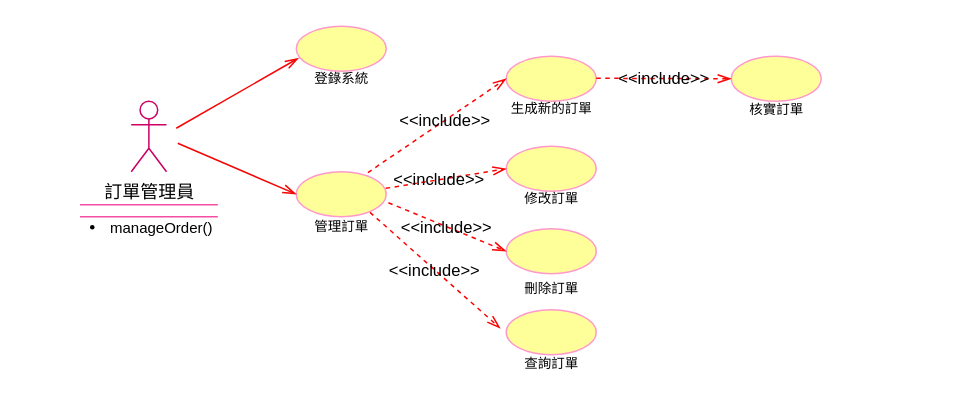
11024117/SE_Final-Paper keeps this draw.io diagram as 3-4.drawio. Above is the earlier version. Source tidied: cells renumbered, new cells numbered last; positions are measured from the earlier drawing's top-left corner, leaving out a move shared by most shapes. Both pictures are drawn from the tidied source at 150%, with x=0, y=0 at pixel (33, 26).
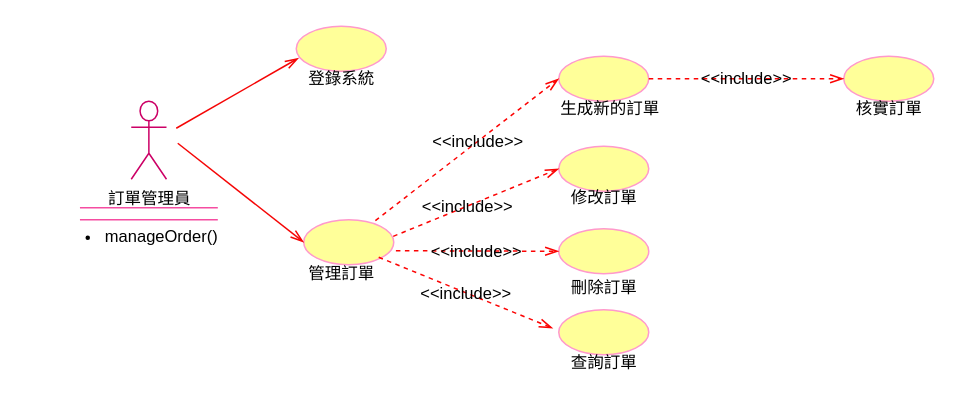
The same diagram, later.

Change to the diagram source:
```diff
@@
-    <mxCell id="2" value="訂單管理員" style="shape=umlActor;verticalLabelPosition=bottom;verticalAlign=top;html=1;strokeColor=#CC0066;" parent="1" vertex="1">
-      <mxGeometry x="65" y="50" width="23.5" height="47" as="geometry" />
+    <mxCell id="2" value="訂單管理員" style="shape=umlActor;verticalLabelPosition=bottom;verticalAlign=top;html=1;strokeColor=#CC0066;fontSize=11;" parent="1" vertex="1">
+      <mxGeometry x="65" y="50" width="23.5" height="52" as="geometry" />
     </mxCell>
-    <mxCell id="3" style="ellipse;whiteSpace=wrap;html=1;strokeColor=#FF99CC;fillColor=#FFFF99;" parent="1" vertex="1">
+    <mxCell id="3" style="ellipse;whiteSpace=wrap;html=1;strokeColor=#FF99CC;fillColor=#FFFF99;fontSize=11;" parent="1" vertex="1">
       <mxGeometry x="175" width="60" height="30" as="geometry" />
     </mxCell>
-    <mxCell id="4" style="ellipse;whiteSpace=wrap;html=1;strokeColor=#FF99CC;fillColor=#FFFF99;" parent="1" vertex="1">
-      <mxGeometry x="175" y="97" width="60" height="30" as="geometry" />
+    <mxCell id="4" style="ellipse;whiteSpace=wrap;html=1;strokeColor=#FF99CC;fillColor=#FFFF99;fontSize=11;" parent="1" vertex="1">
+      <mxGeometry x="180" y="129" width="60" height="30" as="geometry" />
     </mxCell>
-    <mxCell id="5" style="shape=partialRectangle;whiteSpace=wrap;html=1;left=0;right=0;fillColor=none;strokeColor=#f54da1;" parent="1" vertex="1">
-      <mxGeometry x="31.3" y="119" width="90.9" height="8" as="geometry" />
+    <mxCell id="5" style="shape=partialRectangle;whiteSpace=wrap;html=1;left=0;right=0;fillColor=none;strokeColor=#f54da1;fontSize=11;" parent="1" vertex="1">
+      <mxGeometry x="31.3" y="121" width="90.9" height="8" as="geometry" />
     </mxCell>
-    <mxCell id="6" value="登錄系統" style="text;html=1;align=center;verticalAlign=middle;strokeColor=none;fillColor=none;fontSize=9;" parent="1" vertex="1">
-      <mxGeometry x="175" y="25" width="60" height="20" as="geometry" />
+    <mxCell id="6" value="登錄系統" style="text;html=1;align=center;verticalAlign=middle;strokeColor=none;fillColor=none;fontSize=11;" parent="1" vertex="1">
+      <mxGeometry x="170" y="20" width="70" height="30" as="geometry" />
     </mxCell>
-    <mxCell id="7" value="管理訂單" style="text;html=1;align=center;verticalAlign=middle;points=[];strokeColor=none;fillColor=none;fontSize=9;" parent="1" vertex="1">
-      <mxGeometry x="175" y="124" width="60" height="20" as="geometry" />
+    <mxCell id="7" value="管理訂單" style="text;html=1;align=center;verticalAlign=middle;points=[];strokeColor=none;fillColor=none;fontSize=11;" parent="1" vertex="1">
+      <mxGeometry x="170" y="150" width="70" height="30" as="geometry" />
     </mxCell>
-    <mxCell id="8" style="endArrow=openThin;html=1;endSize=7;startSize=7;entryX=0.026;entryY=0.707;entryDx=0;entryDy=0;entryPerimeter=0;endFill=0;strokeColor=#f50505;jumpStyle=line;shadow=0;rounded=0;jumpSize=9;strokeWidth=1;" parent="1" edge="1" target="3">
+    <mxCell id="8" style="endArrow=openThin;html=1;endSize=7;startSize=7;entryX=0.026;entryY=0.707;entryDx=0;entryDy=0;entryPerimeter=0;endFill=0;strokeColor=#f50505;jumpStyle=line;shadow=0;rounded=0;jumpSize=9;strokeWidth=1;fontSize=11;" parent="1" edge="1" target="3">
       <mxGeometry relative="1" as="geometry">
         <mxPoint x="95" y="68" as="sourcePoint" />
       </mxGeometry>
     </mxCell>
-    <mxCell id="9" style="endArrow=openThin;html=1;endSize=7;startSize=7;entryX=0;entryY=0.5;entryDx=0;entryDy=0;endFill=0;strokeColor=#f50505;jumpStyle=line;shadow=0;rounded=0;jumpSize=9;strokeWidth=1;" parent="1" edge="1" target="4">
+    <mxCell id="9" style="endArrow=openThin;html=1;endSize=7;startSize=7;entryX=0;entryY=0.5;entryDx=0;entryDy=0;endFill=0;strokeColor=#f50505;jumpStyle=line;shadow=0;rounded=0;jumpSize=9;strokeWidth=1;fontSize=11;" parent="1" edge="1" target="4">
       <mxGeometry relative="1" as="geometry">
         <mxPoint x="96" y="78" as="sourcePoint" />
       </mxGeometry>
     </mxCell>
-    <mxCell id="10" style="ellipse;whiteSpace=wrap;html=1;strokeColor=#FF99CC;fillColor=#FFFF99;" parent="1" vertex="1">
-      <mxGeometry x="315" y="20" width="60" height="30" as="geometry" />
+    <mxCell id="10" style="ellipse;whiteSpace=wrap;html=1;strokeColor=#FF99CC;fillColor=#FFFF99;fontSize=11;" parent="1" vertex="1">
+      <mxGeometry x="350" y="20" width="60" height="30" as="geometry" />
     </mxCell>
-    <mxCell id="11" style="ellipse;whiteSpace=wrap;html=1;strokeColor=#FF99CC;fillColor=#FFFF99;" parent="1" vertex="1">
-      <mxGeometry x="315" y="80" width="60" height="30" as="geometry" />
+    <mxCell id="11" style="ellipse;whiteSpace=wrap;html=1;strokeColor=#FF99CC;fillColor=#FFFF99;fontSize=11;" parent="1" vertex="1">
+      <mxGeometry x="350" y="80" width="60" height="30" as="geometry" />
     </mxCell>
-    <mxCell id="12" style="ellipse;whiteSpace=wrap;html=1;strokeColor=#FF99CC;fillColor=#FFFF99;" parent="1" vertex="1">
-      <mxGeometry x="315" y="135" width="60" height="30" as="geometry" />
+    <mxCell id="12" style="ellipse;whiteSpace=wrap;html=1;strokeColor=#FF99CC;fillColor=#FFFF99;fontSize=11;" parent="1" vertex="1">
+      <mxGeometry x="350" y="135" width="60" height="30" as="geometry" />
     </mxCell>
-    <mxCell id="13" style="ellipse;whiteSpace=wrap;html=1;strokeColor=#FF99CC;fillColor=#FFFF99;" parent="1" vertex="1">
-      <mxGeometry x="315" y="189" width="60" height="30" as="geometry" />
+    <mxCell id="13" style="ellipse;whiteSpace=wrap;html=1;strokeColor=#FF99CC;fillColor=#FFFF99;fontSize=11;" parent="1" vertex="1">
+      <mxGeometry x="350" y="189" width="60" height="30" as="geometry" />
     </mxCell>
-    <mxCell id="14" value="生成新的訂單" style="text;html=1;align=center;verticalAlign=middle;strokeColor=none;fillColor=none;fontSize=9;" parent="1" vertex="1">
-      <mxGeometry x="305" y="45" width="80" height="20" as="geometry" />
+    <mxCell id="14" value="生成新的訂單" style="text;html=1;align=center;verticalAlign=middle;strokeColor=none;fillColor=none;fontSize=11;" parent="1" vertex="1">
+      <mxGeometry x="339" y="40" width="90" height="30" as="geometry" />
     </mxCell>
-    <mxCell id="15" value="&lt;font style=&quot;font-size: 9px;&quot;&gt;修改訂單&lt;/font&gt;" style="text;html=1;align=center;verticalAlign=middle;strokeColor=none;fillColor=none;" parent="1" vertex="1">
-      <mxGeometry x="315" y="99" width="60" height="30" as="geometry" />
+    <mxCell id="15" value="&lt;font style=&quot;font-size: 11px;&quot;&gt;修改訂單&lt;/font&gt;" style="text;html=1;align=center;verticalAlign=middle;strokeColor=none;fillColor=none;fontSize=11;" parent="1" vertex="1">
+      <mxGeometry x="345" y="99" width="70" height="30" as="geometry" />
     </mxCell>
-    <mxCell id="16" value="&lt;font style=&quot;font-size: 9px;&quot;&gt;刪除訂單&lt;/font&gt;" style="text;html=1;align=center;verticalAlign=middle;strokeColor=none;fillColor=none;" parent="1" vertex="1">
-      <mxGeometry x="315" y="159" width="60" height="30" as="geometry" />
+    <mxCell id="16" value="&lt;font style=&quot;font-size: 11px;&quot;&gt;刪除訂單&lt;/font&gt;" style="text;html=1;align=center;verticalAlign=middle;strokeColor=none;fillColor=none;fontSize=11;" parent="1" vertex="1">
+      <mxGeometry x="345" y="159" width="70" height="30" as="geometry" />
     </mxCell>
-    <mxCell id="17" value="&lt;font style=&quot;font-size: 9px;&quot;&gt;查詢訂單&lt;/font&gt;" style="text;html=1;align=center;verticalAlign=middle;strokeColor=none;fillColor=none;" parent="1" vertex="1">
-      <mxGeometry x="315" y="209" width="60" height="30" as="geometry" />
+    <mxCell id="17" value="&lt;font style=&quot;font-size: 11px;&quot;&gt;查詢訂單&lt;/font&gt;" style="text;html=1;align=center;verticalAlign=middle;strokeColor=none;fillColor=none;fontSize=11;" parent="1" vertex="1">
+      <mxGeometry x="345" y="209" width="70" height="30" as="geometry" />
     </mxCell>
-    <mxCell id="18" style="ellipse;whiteSpace=wrap;html=1;strokeColor=#FF99CC;fillColor=#FFFF99;" parent="1" vertex="1">
-      <mxGeometry x="465" y="20" width="60" height="30" as="geometry" />
+    <mxCell id="18" style="ellipse;whiteSpace=wrap;html=1;strokeColor=#FF99CC;fillColor=#FFFF99;fontSize=11;" parent="1" vertex="1">
+      <mxGeometry x="540" y="20" width="60" height="30" as="geometry" />
     </mxCell>
-    <mxCell id="19" value="&lt;font style=&quot;font-size: 9px;&quot;&gt;核實訂單&lt;/font&gt;" style="text;html=1;align=center;verticalAlign=middle;strokeColor=none;fillColor=none;" parent="1" vertex="1">
-      <mxGeometry x="465" y="40" width="60" height="30" as="geometry" />
+    <mxCell id="19" value="&lt;font style=&quot;font-size: 11px;&quot;&gt;核實訂單&lt;/font&gt;" style="text;html=1;align=center;verticalAlign=middle;strokeColor=none;fillColor=none;fontSize=11;" parent="1" vertex="1">
+      <mxGeometry x="535" y="40" width="70" height="30" as="geometry" />
     </mxCell>
-    <mxCell id="20" value="&amp;lt;&amp;lt;include&amp;gt;&amp;gt;" style="endArrow=openThin;endSize=7;dashed=1;html=1;rounded=0;entryX=0;entryY=0.5;entryDx=0;entryDy=0;labelBackgroundColor=none;strokeColor=#fc0303;endFill=0;" parent="1" edge="1" target="18">
-      <mxGeometry relative="1" as="geometry">
-        <mxPoint x="375" y="34.7" as="sourcePoint" />
-      </mxGeometry>
+    <mxCell id="20" value="&amp;lt;&amp;lt;include&amp;gt;&amp;gt;" style="endArrow=openThin;endSize=7;dashed=1;html=1;rounded=0;entryX=0;entryY=0.5;entryDx=0;entryDy=0;labelBackgroundColor=none;strokeColor=#fc0303;endFill=0;fontSize=11;exitX=1;exitY=0.5;exitDx=0;exitDy=0;" parent="1" edge="1" source="10" target="18">
+      <mxGeometry relative="1" as="geometry" />
     </mxCell>
-    <mxCell id="21" value="&amp;lt;&amp;lt;include&amp;gt;&amp;gt;" style="endArrow=openThin;endSize=7;dashed=1;html=1;rounded=0;entryX=0;entryY=0.5;entryDx=0;entryDy=0;labelBackgroundColor=none;strokeColor=#fc0303;endFill=0;exitX=0.796;exitY=0.018;exitDx=0;exitDy=0;exitPerimeter=0;" parent="1" edge="1" source="4" target="10">
+    <mxCell id="21" value="&amp;lt;&amp;lt;include&amp;gt;&amp;gt;" style="endArrow=openThin;endSize=7;dashed=1;html=1;rounded=0;entryX=0;entryY=0.5;entryDx=0;entryDy=0;labelBackgroundColor=none;strokeColor=#fc0303;endFill=0;exitX=0.796;exitY=0.018;exitDx=0;exitDy=0;exitPerimeter=0;fontSize=11;" parent="1" edge="1" source="4" target="10">
       <mxGeometry x="0.11" relative="1" as="geometry" />
     </mxCell>
-    <mxCell id="22" value="&amp;lt;&amp;lt;include&amp;gt;&amp;gt;" style="endArrow=openThin;endSize=7;dashed=1;html=1;rounded=0;entryX=0;entryY=0.5;entryDx=0;entryDy=0;labelBackgroundColor=none;strokeColor=#fc0303;endFill=0;exitX=0.994;exitY=0.369;exitDx=0;exitDy=0;exitPerimeter=0;" parent="1" edge="1" source="4" target="11">
+    <mxCell id="22" value="&amp;lt;&amp;lt;include&amp;gt;&amp;gt;" style="endArrow=openThin;endSize=7;dashed=1;html=1;rounded=0;entryX=0;entryY=0.5;entryDx=0;entryDy=0;labelBackgroundColor=none;strokeColor=#fc0303;endFill=0;exitX=0.994;exitY=0.369;exitDx=0;exitDy=0;exitPerimeter=0;fontSize=11;" parent="1" edge="1" source="4" target="11">
       <mxGeometry x="-0.11" relative="1" as="geometry" />
     </mxCell>
-    <mxCell id="23" value="&amp;lt;&amp;lt;include&amp;gt;&amp;gt;" style="endArrow=openThin;endSize=7;dashed=1;html=1;rounded=0;entryX=0;entryY=0.5;entryDx=0;entryDy=0;labelBackgroundColor=none;strokeColor=#fc0303;endFill=0;exitX=1.024;exitY=0.689;exitDx=0;exitDy=0;exitPerimeter=0;" parent="1" edge="1" source="4" target="12">
+    <mxCell id="23" value="&amp;lt;&amp;lt;include&amp;gt;&amp;gt;" style="endArrow=openThin;endSize=7;dashed=1;html=1;rounded=0;entryX=0;entryY=0.5;entryDx=0;entryDy=0;labelBackgroundColor=none;strokeColor=#fc0303;endFill=0;exitX=1.024;exitY=0.689;exitDx=0;exitDy=0;exitPerimeter=0;fontSize=11;" parent="1" edge="1" source="4" target="12">
       <mxGeometry relative="1" as="geometry" />
     </mxCell>
-    <mxCell id="24" value="&amp;lt;&amp;lt;include&amp;gt;&amp;gt;" style="endArrow=openThin;endSize=7;dashed=1;html=1;rounded=0;entryX=-0.067;entryY=0.41;entryDx=0;entryDy=0;labelBackgroundColor=none;strokeColor=#fc0303;endFill=0;exitX=0.819;exitY=0.003;exitDx=0;exitDy=0;exitPerimeter=0;entryPerimeter=0;" parent="1" edge="1" source="7" target="13">
+    <mxCell id="24" value="&amp;lt;&amp;lt;include&amp;gt;&amp;gt;" style="endArrow=openThin;endSize=7;dashed=1;html=1;rounded=0;entryX=-0.067;entryY=0.41;entryDx=0;entryDy=0;labelBackgroundColor=none;strokeColor=#fc0303;endFill=0;entryPerimeter=0;fontSize=11;exitX=0.833;exitY=0.833;exitDx=0;exitDy=0;exitPerimeter=0;" parent="1" edge="1" source="4" target="13">
       <mxGeometry relative="1" as="geometry" />
     </mxCell>
-    <mxCell id="25" value="&lt;ul&gt;&lt;li style=&quot;font-size: 10px;&quot;&gt;manageOrder()&lt;/li&gt;&lt;/ul&gt;" style="text;html=1;align=center;verticalAlign=middle;strokeColor=none;fillColor=none;" parent="1" vertex="1">
-      <mxGeometry y="109" width="130" height="50" as="geometry" />
+    <mxCell id="25" value="&lt;ul style=&quot;font-size: 11px;&quot;&gt;&lt;li style=&quot;font-size: 11px;&quot;&gt;manageOrder()&lt;/li&gt;&lt;/ul&gt;" style="text;html=1;align=center;verticalAlign=middle;strokeColor=none;fillColor=none;fontSize=11;" parent="1" vertex="1">
+      <mxGeometry x="-5" y="115" width="140" height="50" as="geometry" />
     </mxCell>
```
